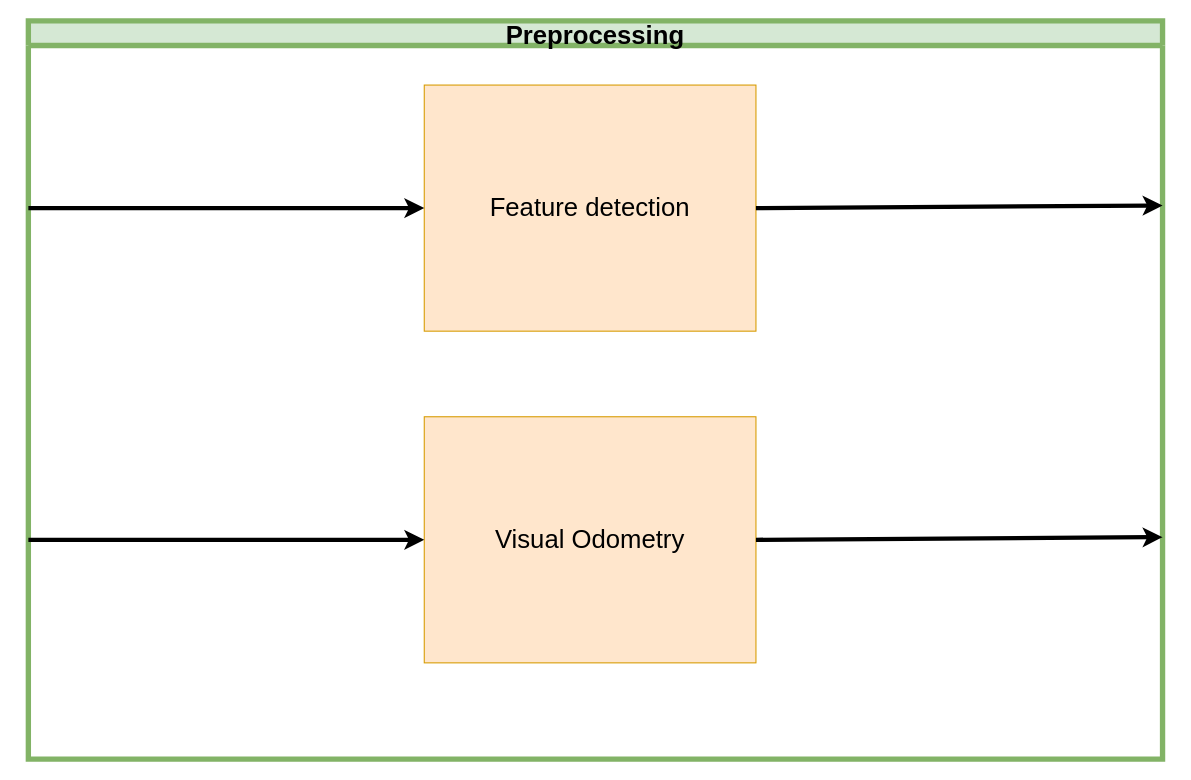
Earlier version of the draw.io diagram page "Preprocessing" (4 of 5) of TestNav.drawio (ipa-dmo/ipa_outdoor_docu). Source tidied: cells renumbered, new cells numbered last; positions are measured from the earlier drawing's top-left corner, leaving out a move shared by most shapes. Both pictures are drawn from the tidied source at 107%, with x=0, y=0 at pixel (28, 20).
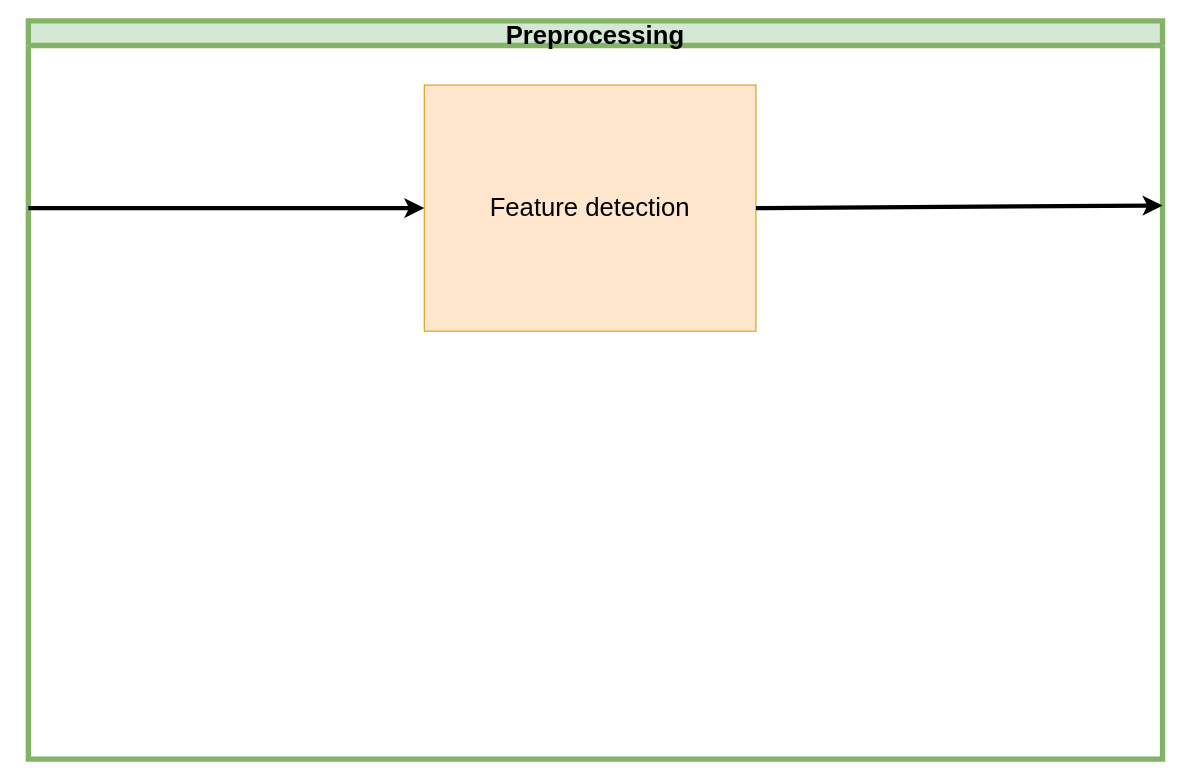
Above is the later version.

Commit message:
Remove Visual Odometry

The edit, as a diff of the source:
```diff
@@
 <mxGraphModel>
   <root>
     <mxCell id="0" />
     <mxCell id="1" parent="0" />
     <mxCell id="2" value="Preprocessing" style="swimlane;fillColor=#d5e8d4;strokeColor=#82b366;fontSize=24;strokeWidth=5;startSize=23;" parent="1" vertex="1">
       <mxGeometry width="1060" height="690" as="geometry" />
     </mxCell>
     <mxCell id="3" value="&lt;font style=&quot;font-size: 24px&quot;&gt;Feature detection&lt;/font&gt;" style="whiteSpace=wrap;html=1;fillColor=#ffe6cc;strokeColor=#d79b00;" parent="2" vertex="1">
       <mxGeometry x="370" y="60" width="310" height="230" as="geometry" />
     </mxCell>
     <mxCell id="4" style="endArrow=classic;html=1;entryX=0;entryY=0.5;entryDx=0;entryDy=0;strokeWidth=4;" parent="2" edge="1" target="3">
       <mxGeometry relative="1" as="geometry">
         <mxPoint y="175" as="sourcePoint" />
       </mxGeometry>
     </mxCell>
     <mxCell id="5" style="endArrow=classic;html=1;entryX=1;entryY=0.25;entryDx=0;entryDy=0;strokeWidth=4;exitX=1;exitY=0.5;exitDx=0;exitDy=0;" parent="2" edge="1" source="3" target="2">
       <mxGeometry relative="1" as="geometry" />
     </mxCell>
-    <mxCell id="6" value="&lt;font style=&quot;font-size: 24px&quot;&gt;Visual Odometry&lt;br&gt;&lt;/font&gt;" style="whiteSpace=wrap;html=1;fillColor=#ffe6cc;strokeColor=#d79b00;" parent="2" vertex="1">
-      <mxGeometry x="370" y="370" width="310" height="230" as="geometry" />
-    </mxCell>
-    <mxCell id="7" style="endArrow=classic;html=1;entryX=0;entryY=0.5;entryDx=0;entryDy=0;strokeWidth=4;" parent="2" edge="1" target="6">
-      <mxGeometry relative="1" as="geometry">
-        <mxPoint y="485" as="sourcePoint" />
-      </mxGeometry>
-    </mxCell>
-    <mxCell id="8" style="endArrow=classic;html=1;entryX=1;entryY=0.25;entryDx=0;entryDy=0;strokeWidth=4;exitX=1;exitY=0.5;exitDx=0;exitDy=0;" parent="2" edge="1" source="6">
-      <mxGeometry relative="1" as="geometry">
-        <mxPoint x="1060" y="482.5" as="targetPoint" />
-      </mxGeometry>
-    </mxCell>
   </root>
 </mxGraphModel>
```
